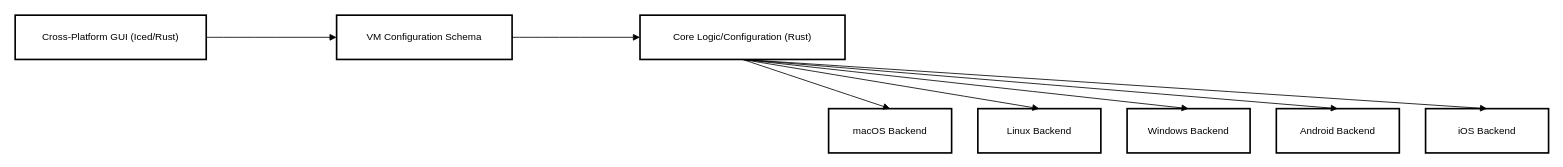
aspauldingcode/Cross-Platform-Virtualization-Stack keeps this draw.io diagram as crossplatform_virtualization_gui_app.drawio. Above is the earlier version. Source tidied: cells renumbered, new cells numbered last; positions are measured from the earlier drawing's top-left corner, leaving out a move shared by most shapes. Both pictures are drawn from the tidied source at 82%, with x=0, y=0 at pixel (15, 15).
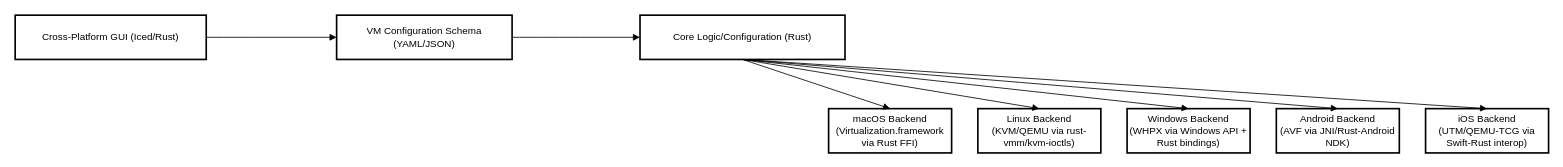
The same diagram, later.

Change to the diagram source:
```diff
@@
 <mxGraphModel>
   <root>
     <mxCell id="0" />
     <mxCell id="1" parent="0" />
     <mxCell id="2" value="Core Logic/Configuration (Rust)" style="whiteSpace=wrap;strokeWidth=2;" parent="1" vertex="1">
       <mxGeometry x="762" width="250" height="54" as="geometry" />
     </mxCell>
-    <mxCell id="3" value="macOS Backend" style="whiteSpace=wrap;strokeWidth=2;" parent="1" vertex="1">
+    <mxCell id="3" value="macOS Backend&#10;(Virtualization.framework via Rust FFI)" style="whiteSpace=wrap;strokeWidth=2;" parent="1" vertex="1">
       <mxGeometry x="992" y="114" width="150" height="54" as="geometry" />
     </mxCell>
-    <mxCell id="4" value="Linux Backend" style="whiteSpace=wrap;strokeWidth=2;" parent="1" vertex="1">
+    <mxCell id="4" value="Linux Backend&#10;(KVM/QEMU via rust-vmm/kvm-ioctls)" style="whiteSpace=wrap;strokeWidth=2;" parent="1" vertex="1">
       <mxGeometry x="1174" y="114" width="150" height="54" as="geometry" />
     </mxCell>
-    <mxCell id="5" value="Windows Backend" style="whiteSpace=wrap;strokeWidth=2;" parent="1" vertex="1">
+    <mxCell id="5" value="Windows Backend&#10;(WHPX via Windows API + Rust bindings)" style="whiteSpace=wrap;strokeWidth=2;" parent="1" vertex="1">
       <mxGeometry x="1356" y="114" width="150" height="54" as="geometry" />
     </mxCell>
-    <mxCell id="6" value="Android Backend" style="whiteSpace=wrap;strokeWidth=2;" parent="1" vertex="1">
+    <mxCell id="6" value="Android Backend&#10;(AVF via JNI/Rust-Android NDK)" style="whiteSpace=wrap;strokeWidth=2;" parent="1" vertex="1">
       <mxGeometry x="1538" y="114" width="150" height="54" as="geometry" />
     </mxCell>
     <mxCell id="7" value="Cross-Platform GUI (Iced/Rust)" style="whiteSpace=wrap;strokeWidth=2;" parent="1" vertex="1">
       <mxGeometry width="233" height="54" as="geometry" />
     </mxCell>
-    <mxCell id="8" value="iOS Backend" style="whiteSpace=wrap;strokeWidth=2;" parent="1" vertex="1">
+    <mxCell id="8" value="iOS Backend&#10;(UTM/QEMU-TCG via Swift-Rust interop)" style="whiteSpace=wrap;strokeWidth=2;" parent="1" vertex="1">
       <mxGeometry x="1720" y="114" width="150" height="54" as="geometry" />
     </mxCell>
-    <mxCell id="9" value="VM Configuration Schema" style="whiteSpace=wrap;strokeWidth=2;" parent="1" vertex="1">
+    <mxCell id="9" value="VM Configuration Schema&#10;(YAML/JSON)" style="whiteSpace=wrap;strokeWidth=2;" parent="1" vertex="1">
       <mxGeometry x="392" width="214" height="54" as="geometry" />
     </mxCell>
     <mxCell id="10" style="curved=1;startArrow=none;endArrow=block;exitX=1;exitY=0.5;entryX=0;entryY=0.5;" parent="1" edge="1" source="7" target="9">
       <mxGeometry relative="1" as="geometry" />
     </mxCell>
     <mxCell id="11" style="curved=1;startArrow=none;endArrow=block;exitX=1;exitY=0.5;entryX=0;entryY=0.5;" parent="1" edge="1" source="9" target="2">
       <mxGeometry relative="1" as="geometry" />
     </mxCell>
     <mxCell id="12" style="curved=1;startArrow=none;endArrow=block;exitX=0.5;exitY=1;entryX=0.5;entryY=0;" parent="1" edge="1" source="2" target="3">
       <mxGeometry relative="1" as="geometry" />
     </mxCell>
     <mxCell id="13" style="curved=1;startArrow=none;endArrow=block;exitX=0.5;exitY=1;entryX=0.5;entryY=0;" parent="1" edge="1" source="2" target="4">
       <mxGeometry relative="1" as="geometry" />
     </mxCell>
     <mxCell id="14" style="curved=1;startArrow=none;endArrow=block;exitX=0.5;exitY=1;entryX=0.5;entryY=0;" parent="1" edge="1" source="2" target="5">
       <mxGeometry relative="1" as="geometry" />
     </mxCell>
     <mxCell id="15" style="curved=1;startArrow=none;endArrow=block;exitX=0.5;exitY=1;entryX=0.5;entryY=0;" parent="1" edge="1" source="2" target="6">
       <mxGeometry relative="1" as="geometry" />
     </mxCell>
     <mxCell id="16" style="curved=1;startArrow=none;endArrow=block;exitX=0.5;exitY=1;entryX=0.5;entryY=0;" parent="1" edge="1" source="2" target="8">
       <mxGeometry relative="1" as="geometry" />
     </mxCell>
   </root>
 </mxGraphModel>
```
